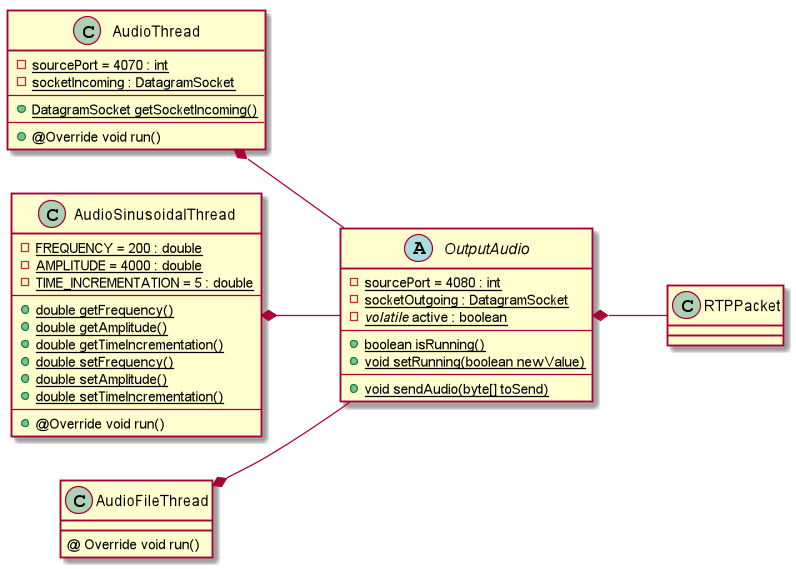
Above: Documentation/UML Diagrams/Class Diagram/RTP_Class_Diagram.png in danielepelleg/VoIP (PlantUML), before the change. Its diagram source:
```plantuml
@startuml
left to right direction
abstract class OutputAudio{
    - {static} sourcePort = 4080 : int
    - {static} socketOutgoing : DatagramSocket
    - {static} <i>volatile</i> active : boolean
    --
    + {static} boolean isRunning()
    + {static} void setRunning(boolean newValue)
    --
    + {static} void sendAudio(byte[] toSend)
}

class AudioThread{
    - {static} sourcePort = 4070 : int
    - {static} socketIncoming : DatagramSocket
    --
    + {static} DatagramSocket getSocketIncoming()
    --
    + @Override void run()
}

class AudioSinusoidalThread{
    - {static} FREQUENCY = 200 : double
    - {static} AMPLITUDE = 4000 : double
    - {static} TIME_INCREMENTATION = 5 : double
    --
    + {static} double getFrequency()
    + {static} double getAmplitude()
    + {static} double getTimeIncrementation()
    + {static} double setFrequency()
    + {static} double setAmplitude()
    + {static} double setTimeIncrementation()
    --
    + @Override void run()
}

class AudioFileThread{
    @ Override void run()
}

class RTPPacket{
}

AudioThread *-- OutputAudio
AudioSinusoidalThread *-- OutputAudio
AudioFileThread *-- OutputAudio
OutputAudio *-- RTPPacket

@enduml
```
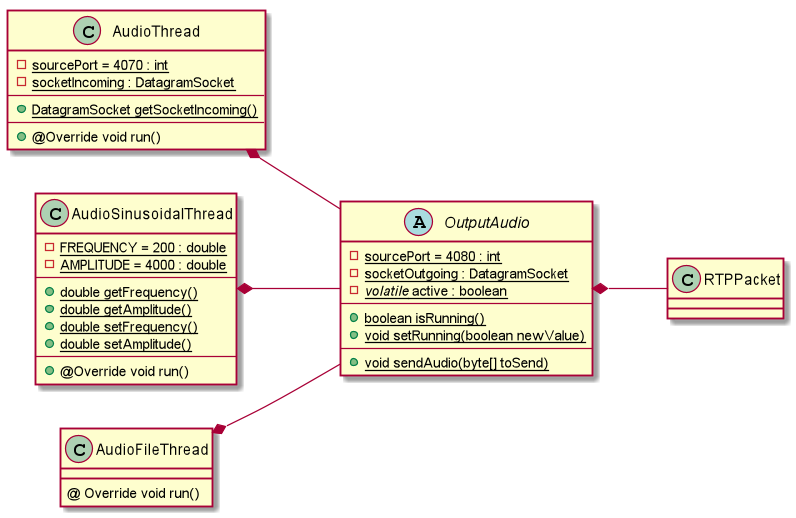
Above is the later version.

Commit message:
Update Class Diagrams :100:

The edit, as a diff of the source:
```diff
@@ -23,14 +23,11 @@
 class AudioSinusoidalThread{
     - {static} FREQUENCY = 200 : double
     - {static} AMPLITUDE = 4000 : double
-    - {static} TIME_INCREMENTATION = 5 : double
     --
     + {static} double getFrequency()
     + {static} double getAmplitude()
-    + {static} double getTimeIncrementation()
     + {static} double setFrequency()
     + {static} double setAmplitude()
-    + {static} double setTimeIncrementation()
     --
     + @Override void run()
 }
```
